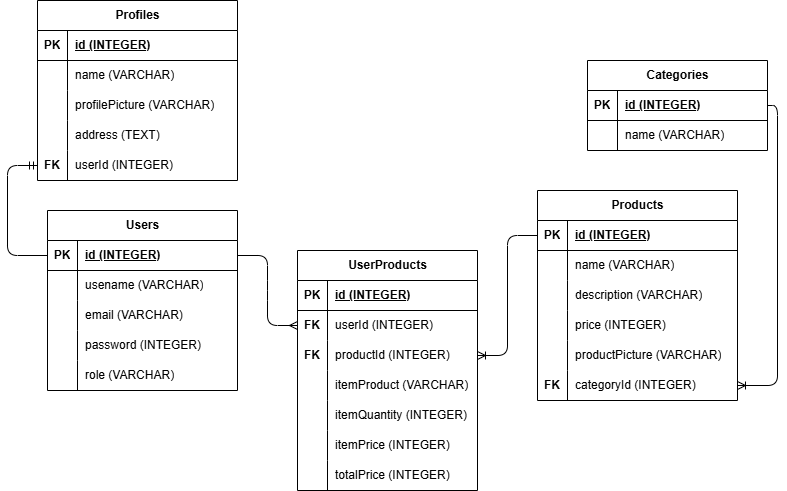
Earlier version of the draw.io export schema.drawio.png (MuhammadFarrasDaffa/pair-project-phase-1-HCK90). Source tidied: cells renumbered, new cells last; positions are measured from the earlier drawing's top-left corner, leaving out a move shared by most shapes.
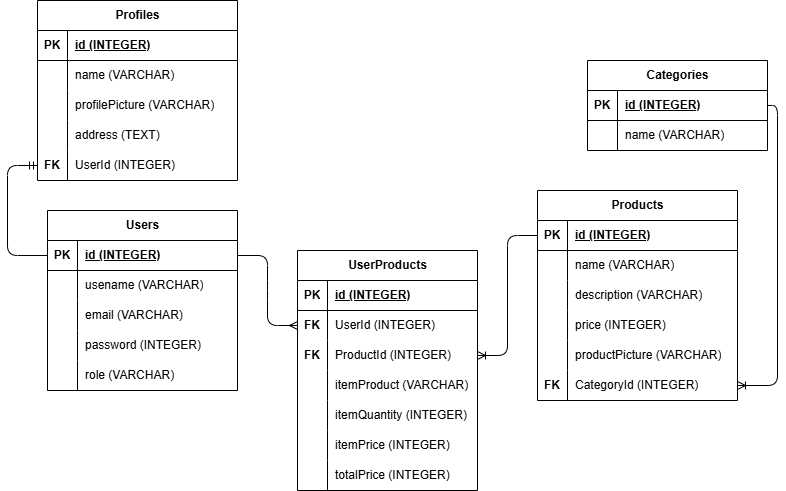
After the change.

Diff of the diagram source:
```diff
@@ -56,7 +56,7 @@
     <mxCell id="19" value="&lt;b&gt;FK&lt;/b&gt;" style="shape=partialRectangle;fillColor=none;top=0;left=0;bottom=0;right=0;overflow=hidden;whiteSpace=wrap;html=1;" parent="18" vertex="1">
       <mxGeometry width="30" height="30" as="geometry" />
     </mxCell>
-    <mxCell id="20" value="categoryId (INTEGER)" style="shape=partialRectangle;fillColor=none;top=0;left=0;bottom=0;right=0;align=left;spacingLeft=6;overflow=hidden;whiteSpace=wrap;html=1;" parent="18" vertex="1">
+    <mxCell id="20" value="CategoryId (INTEGER)" style="shape=partialRectangle;fillColor=none;top=0;left=0;bottom=0;right=0;align=left;spacingLeft=6;overflow=hidden;whiteSpace=wrap;html=1;" parent="18" vertex="1">
       <mxGeometry x="30" width="170" height="30" as="geometry" />
     </mxCell>
     <mxCell id="21" value="Categories" style="shape=table;startSize=30;rowLines=0;fontStyle=1;align=center;html=1;" parent="1" vertex="1">
@@ -149,7 +149,7 @@
     <mxCell id="50" value="&lt;b&gt;FK&lt;/b&gt;" style="shape=partialRectangle;fillColor=none;top=0;left=0;bottom=0;right=0;overflow=hidden;whiteSpace=wrap;html=1;" parent="49" vertex="1">
       <mxGeometry width="30" height="30" as="geometry" />
     </mxCell>
-    <mxCell id="51" value="userId (INTEGER)" style="shape=partialRectangle;fillColor=none;top=0;left=0;bottom=0;right=0;align=left;spacingLeft=6;overflow=hidden;whiteSpace=wrap;html=1;" parent="49" vertex="1">
+    <mxCell id="51" value="UserId (INTEGER)" style="shape=partialRectangle;fillColor=none;top=0;left=0;bottom=0;right=0;align=left;spacingLeft=6;overflow=hidden;whiteSpace=wrap;html=1;" parent="49" vertex="1">
       <mxGeometry x="30" width="150" height="30" as="geometry" />
     </mxCell>
     <mxCell id="52" style="shape=tableRow;horizontal=0;startSize=0;swimlaneHead=0;swimlaneBody=0;fillColor=none;points=[[0,0.5],[1,0.5]];portConstraint=eastwest;top=0;left=0;right=0;bottom=0;" parent="45" vertex="1">
@@ -158,7 +158,7 @@
     <mxCell id="53" value="&lt;b&gt;FK&lt;/b&gt;" style="shape=partialRectangle;fillColor=none;top=0;left=0;bottom=0;right=0;overflow=hidden;whiteSpace=wrap;html=1;" parent="52" vertex="1">
       <mxGeometry width="30" height="30" as="geometry" />
     </mxCell>
-    <mxCell id="54" value="productId (INTEGER)" style="shape=partialRectangle;fillColor=none;top=0;left=0;bottom=0;right=0;align=left;spacingLeft=6;overflow=hidden;whiteSpace=wrap;html=1;" parent="52" vertex="1">
+    <mxCell id="54" value="ProductId (INTEGER)" style="shape=partialRectangle;fillColor=none;top=0;left=0;bottom=0;right=0;align=left;spacingLeft=6;overflow=hidden;whiteSpace=wrap;html=1;" parent="52" vertex="1">
       <mxGeometry x="30" width="150" height="30" as="geometry" />
     </mxCell>
     <mxCell id="55" style="shape=tableRow;horizontal=0;startSize=0;swimlaneHead=0;swimlaneBody=0;fillColor=none;top=0;left=0;right=0;bottom=0;" parent="45" vertex="1">
@@ -252,7 +252,7 @@
     <mxCell id="83" value="&lt;b&gt;FK&lt;/b&gt;" style="shape=partialRectangle;fillColor=none;top=0;left=0;bottom=0;right=0;overflow=hidden;whiteSpace=wrap;html=1;" parent="82" vertex="1">
       <mxGeometry width="30" height="30" as="geometry" />
     </mxCell>
-    <mxCell id="84" value="userId (INTEGER)" style="shape=partialRectangle;fillColor=none;top=0;left=0;bottom=0;right=0;align=left;spacingLeft=6;overflow=hidden;whiteSpace=wrap;html=1;" parent="82" vertex="1">
+    <mxCell id="84" value="UserId (INTEGER)" style="shape=partialRectangle;fillColor=none;top=0;left=0;bottom=0;right=0;align=left;spacingLeft=6;overflow=hidden;whiteSpace=wrap;html=1;" parent="82" vertex="1">
       <mxGeometry x="30" width="170" height="30" as="geometry" />
     </mxCell>
     <mxCell id="85" style="edgeStyle=orthogonalEdgeStyle;fontSize=12;html=1;endArrow=ERmandOne;exitX=0;exitY=0.5;exitDx=0;exitDy=0;entryX=0;entryY=0.5;entryDx=0;entryDy=0;" parent="1" edge="1" source="30" target="82">
```
